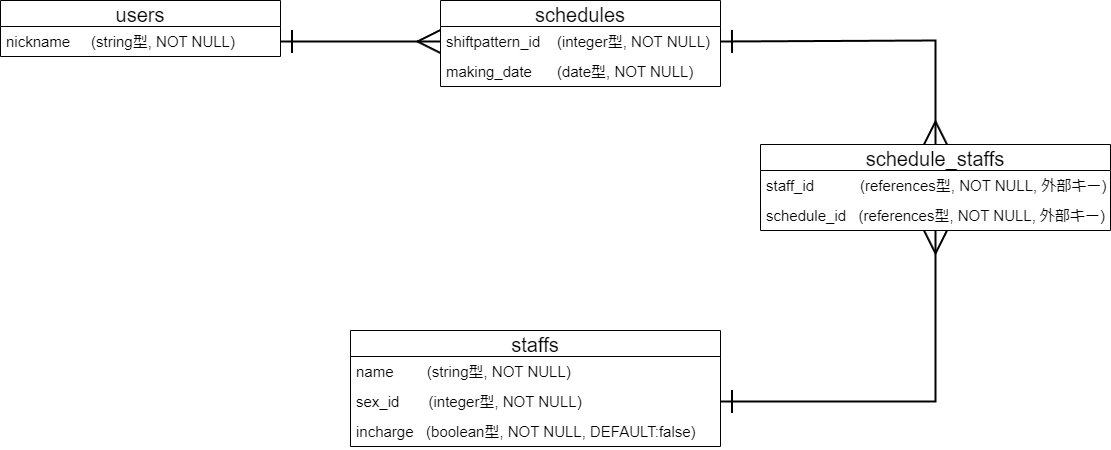
Above: shift_maker_DB.drawio.png in piyofisu/shift_maker (draw.io), before the change. Source tidied: cells renumbered, new cells last; positions are measured from the earlier drawing's top-left corner, leaving out a move shared by most shapes.
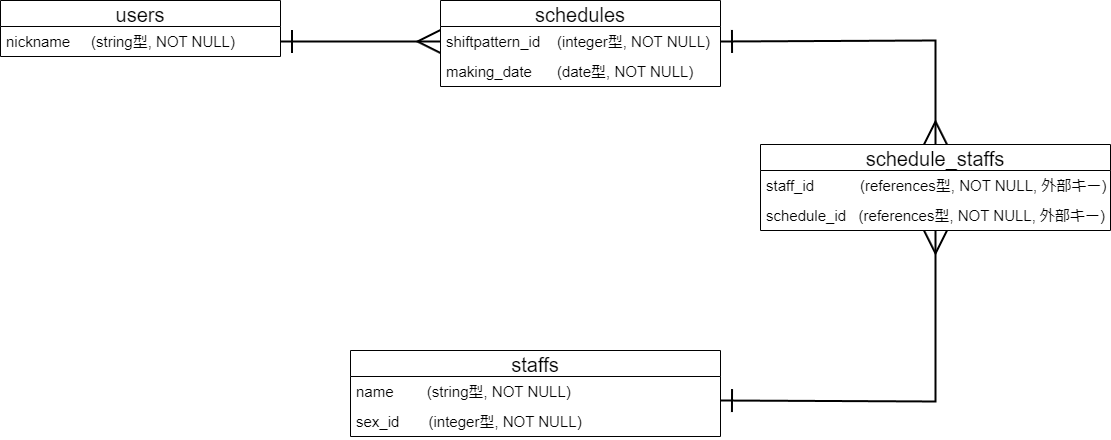
After the commit.

The edit, as a diff of the source:
```diff
@@ -9,7 +9,7 @@
       <mxGeometry y="26" width="280" height="30" as="geometry" />
     </mxCell>
     <mxCell id="4" value="staffs" style="swimlane;fontStyle=0;horizontal=1;startSize=26;align=center;fontSize=20;" parent="1" vertex="1">
-      <mxGeometry x="350" y="330" width="370" height="116" as="geometry" />
+      <mxGeometry x="350" y="350" width="370" height="86" as="geometry" />
     </mxCell>
     <mxCell id="5" value="name        (string型, NOT NULL)" style="text;strokeColor=none;fillColor=none;spacingLeft=4;spacingRight=4;overflow=hidden;fontSize=15;" parent="4" vertex="1">
       <mxGeometry y="26" width="370" height="30" as="geometry" />
@@ -17,9 +17,6 @@
     <mxCell id="6" value="sex_id       (integer型, NOT NULL)" style="text;strokeColor=none;fillColor=none;spacingLeft=4;spacingRight=4;overflow=hidden;points=[[0,0.5],[1,0.5]];portConstraint=eastwest;fontSize=15;" parent="4" vertex="1">
       <mxGeometry y="56" width="370" height="30" as="geometry" />
     </mxCell>
-    <mxCell id="7" value="incharge   (boolean型, NOT NULL, DEFAULT:false)" style="text;strokeColor=none;fillColor=none;spacingLeft=4;spacingRight=4;overflow=hidden;fontSize=15;" parent="4" vertex="1">
-      <mxGeometry y="86" width="370" height="30" as="geometry" />
-    </mxCell>
     <mxCell id="8" value="schedules" style="swimlane;fontStyle=0;horizontal=1;startSize=26;align=center;fontSize=20;" parent="1" vertex="1">
       <mxGeometry x="440" width="280" height="86" as="geometry" />
     </mxCell>
@@ -41,8 +38,9 @@
     <mxCell id="14" value="schedule_id   (references型, NOT NULL, 外部キー)" style="text;strokeColor=none;fillColor=none;spacingLeft=4;spacingRight=4;overflow=hidden;points=[[0,0.5],[1,0.5]];portConstraint=eastwest;fontSize=15;" parent="12" vertex="1">
       <mxGeometry y="56" width="350" height="30" as="geometry" />
     </mxCell>
-    <mxCell id="15" style="edgeStyle=none;html=1;exitX=1;exitY=0.5;exitDx=0;exitDy=0;strokeWidth=2;fontSize=15;startArrow=ERone;startFill=0;endArrow=ERmany;endFill=0;startSize=20;endSize=20;rounded=0;" parent="1" edge="1" source="6" target="14">
+    <mxCell id="15" style="edgeStyle=none;html=1;strokeWidth=2;fontSize=15;startArrow=ERone;startFill=0;endArrow=ERmany;endFill=0;startSize=20;endSize=20;rounded=0;" parent="1" edge="1" target="14">
       <mxGeometry relative="1" as="geometry">
+        <mxPoint x="720" y="400" as="sourcePoint" />
         <Array as="points">
           <mxPoint x="935" y="401" />
         </Array>
```
